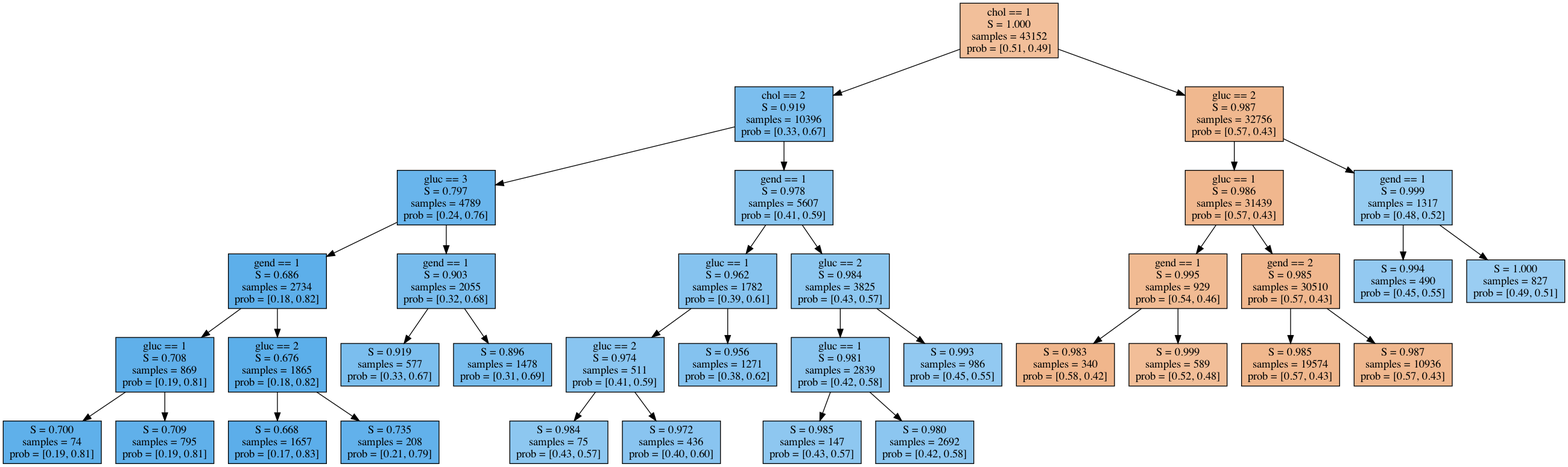
Earlier version of the Graphviz export lecture03/graph.png (spam-izra/ml2021l). Its source is kept beside it as lecture03/graph.dot.
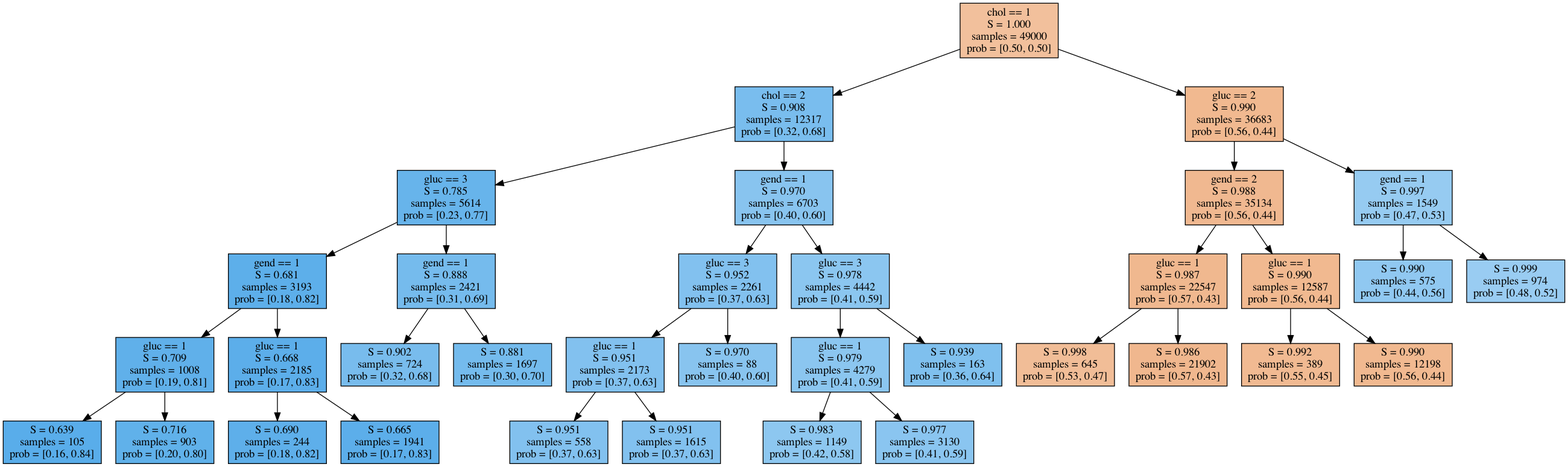
After the change.

What changed in the source:
```diff
@@ -1,73 +1,73 @@
 digraph Tree {
 	node [shape=box, style="filled", color="black"];
 
-root [label="chol == 1\nS = 1.000\nsamples = 43152\nprob = [0.51, 0.49]", fillcolor="#E5813982"];
+root [label="chol == 1\nS = 1.000\nsamples = 49000\nprob = [0.50, 0.50]", fillcolor="#E581397F"];
 
-rootf [label="chol == 2\nS = 0.919\nsamples = 10396\nprob = [0.33, 0.67]", fillcolor="#399DE5A9"];
+rootf [label="chol == 2\nS = 0.908\nsamples = 12317\nprob = [0.32, 0.68]", fillcolor="#399DE5AC"];
 root -> rootf;
-rootff [label="gluc == 3\nS = 0.797\nsamples = 4789\nprob = [0.24, 0.76]", fillcolor="#399DE5C1"];
+rootff [label="gluc == 3\nS = 0.785\nsamples = 5614\nprob = [0.23, 0.77]", fillcolor="#399DE5C3"];
 rootf -> rootff;
-rootfff [label="gend == 1\nS = 0.686\nsamples = 2734\nprob = [0.18, 0.82]", fillcolor="#399DE5D0"];
+rootfff [label="gend == 1\nS = 0.681\nsamples = 3193\nprob = [0.18, 0.82]", fillcolor="#399DE5D0"];
 rootff -> rootfff;
-rootffff [label="gluc == 1\nS = 0.708\nsamples = 869\nprob = [0.19, 0.81]", fillcolor="#399DE5CD"];
+rootffff [label="gluc == 1\nS = 0.709\nsamples = 1008\nprob = [0.19, 0.81]", fillcolor="#399DE5CD"];
 rootfff -> rootffff;
-rootfffff [label="S = 0.700\nsamples = 74\nprob = [0.19, 0.81]", fillcolor="#399DE5CE"];
+rootfffff [label="S = 0.639\nsamples = 105\nprob = [0.16, 0.84]", fillcolor="#399DE5D5"];
 rootffff -> rootfffff;
-rootfffft [label="S = 0.709\nsamples = 795\nprob = [0.19, 0.81]", fillcolor="#399DE5CD"];
+rootfffft [label="S = 0.716\nsamples = 903\nprob = [0.20, 0.80]", fillcolor="#399DE5CC"];
 rootffff -> rootfffft;
-rootffft [label="gluc == 2\nS = 0.676\nsamples = 1865\nprob = [0.18, 0.82]", fillcolor="#399DE5D1"];
+rootffft [label="gluc == 1\nS = 0.668\nsamples = 2185\nprob = [0.17, 0.83]", fillcolor="#399DE5D2"];
 rootfff -> rootffft;
-rootffftf [label="S = 0.668\nsamples = 1657\nprob = [0.17, 0.83]", fillcolor="#399DE5D2"];
+rootffftf [label="S = 0.690\nsamples = 244\nprob = [0.18, 0.82]", fillcolor="#399DE5CF"];
 rootffft -> rootffftf;
-rootffftt [label="S = 0.735\nsamples = 208\nprob = [0.21, 0.79]", fillcolor="#399DE5CA"];
+rootffftt [label="S = 0.665\nsamples = 1941\nprob = [0.17, 0.83]", fillcolor="#399DE5D2"];
 rootffft -> rootffftt;
-rootfft [label="gend == 1\nS = 0.903\nsamples = 2055\nprob = [0.32, 0.68]", fillcolor="#399DE5AD"];
+rootfft [label="gend == 1\nS = 0.888\nsamples = 2421\nprob = [0.31, 0.69]", fillcolor="#399DE5B1"];
 rootff -> rootfft;
-rootfftf [label="S = 0.919\nsamples = 577\nprob = [0.33, 0.67]", fillcolor="#399DE5A9"];
+rootfftf [label="S = 0.902\nsamples = 724\nprob = [0.32, 0.68]", fillcolor="#399DE5AD"];
 rootfft -> rootfftf;
-rootfftt [label="S = 0.896\nsamples = 1478\nprob = [0.31, 0.69]", fillcolor="#399DE5AF"];
+rootfftt [label="S = 0.881\nsamples = 1697\nprob = [0.30, 0.70]", fillcolor="#399DE5B2"];
 rootfft -> rootfftt;
-rootft [label="gend == 1\nS = 0.978\nsamples = 5607\nprob = [0.41, 0.59]", fillcolor="#399DE595"];
+rootft [label="gend == 1\nS = 0.970\nsamples = 6703\nprob = [0.40, 0.60]", fillcolor="#399DE599"];
 rootf -> rootft;
-rootftf [label="gluc == 1\nS = 0.962\nsamples = 1782\nprob = [0.39, 0.61]", fillcolor="#399DE59C"];
+rootftf [label="gluc == 3\nS = 0.952\nsamples = 2261\nprob = [0.37, 0.63]", fillcolor="#399DE5A0"];
 rootft -> rootftf;
-rootftff [label="gluc == 2\nS = 0.974\nsamples = 511\nprob = [0.41, 0.59]", fillcolor="#399DE597"];
+rootftff [label="gluc == 1\nS = 0.951\nsamples = 2173\nprob = [0.37, 0.63]", fillcolor="#399DE5A0"];
 rootftf -> rootftff;
-rootftfff [label="S = 0.984\nsamples = 75\nprob = [0.43, 0.57]", fillcolor="#399DE592"];
+rootftfff [label="S = 0.951\nsamples = 558\nprob = [0.37, 0.63]", fillcolor="#399DE5A0"];
 rootftff -> rootftfff;
-rootftfft [label="S = 0.972\nsamples = 436\nprob = [0.40, 0.60]", fillcolor="#399DE598"];
+rootftfft [label="S = 0.951\nsamples = 1615\nprob = [0.37, 0.63]", fillcolor="#399DE5A0"];
 rootftff -> rootftfft;
-rootftft [label="S = 0.956\nsamples = 1271\nprob = [0.38, 0.62]", fillcolor="#399DE59E"];
+rootftft [label="S = 0.970\nsamples = 88\nprob = [0.40, 0.60]", fillcolor="#399DE599"];
 rootftf -> rootftft;
-rootftt [label="gluc == 2\nS = 0.984\nsamples = 3825\nprob = [0.43, 0.57]", fillcolor="#399DE592"];
+rootftt [label="gluc == 3\nS = 0.978\nsamples = 4442\nprob = [0.41, 0.59]", fillcolor="#399DE595"];
 rootft -> rootftt;
-rootfttf [label="gluc == 1\nS = 0.981\nsamples = 2839\nprob = [0.42, 0.58]", fillcolor="#399DE594"];
+rootfttf [label="gluc == 1\nS = 0.979\nsamples = 4279\nprob = [0.41, 0.59]", fillcolor="#399DE595"];
 rootftt -> rootfttf;
-rootfttff [label="S = 0.985\nsamples = 147\nprob = [0.43, 0.57]", fillcolor="#399DE591"];
+rootfttff [label="S = 0.983\nsamples = 1149\nprob = [0.42, 0.58]", fillcolor="#399DE592"];
 rootfttf -> rootfttff;
-rootfttft [label="S = 0.980\nsamples = 2692\nprob = [0.42, 0.58]", fillcolor="#399DE594"];
+rootfttft [label="S = 0.977\nsamples = 3130\nprob = [0.41, 0.59]", fillcolor="#399DE596"];
 rootfttf -> rootfttft;
-rootfttt [label="S = 0.993\nsamples = 986\nprob = [0.45, 0.55]", fillcolor="#399DE58C"];
+rootfttt [label="S = 0.939\nsamples = 163\nprob = [0.36, 0.64]", fillcolor="#399DE5A4"];
 rootftt -> rootfttt;
-roott [label="gluc == 2\nS = 0.987\nsamples = 32756\nprob = [0.57, 0.43]", fillcolor="#E5813990"];
+roott [label="gluc == 2\nS = 0.990\nsamples = 36683\nprob = [0.56, 0.44]", fillcolor="#E581398E"];
 root -> roott;
-roottf [label="gluc == 1\nS = 0.986\nsamples = 31439\nprob = [0.57, 0.43]", fillcolor="#E5813991"];
+roottf [label="gend == 2\nS = 0.988\nsamples = 35134\nprob = [0.56, 0.44]", fillcolor="#E581398F"];
 roott -> roottf;
-roottff [label="gend == 1\nS = 0.995\nsamples = 929\nprob = [0.54, 0.46]", fillcolor="#E581398A"];
+roottff [label="gluc == 1\nS = 0.987\nsamples = 22547\nprob = [0.57, 0.43]", fillcolor="#E5813990"];
 roottf -> roottff;
-roottfff [label="S = 0.983\nsamples = 340\nprob = [0.58, 0.42]", fillcolor="#E5813993"];
+roottfff [label="S = 0.998\nsamples = 645\nprob = [0.53, 0.47]", fillcolor="#E5813986"];
 roottff -> roottfff;
-roottfft [label="S = 0.999\nsamples = 589\nprob = [0.52, 0.48]", fillcolor="#E5813984"];
+roottfft [label="S = 0.986\nsamples = 21902\nprob = [0.57, 0.43]", fillcolor="#E5813991"];
 roottff -> roottfft;
-roottft [label="gend == 2\nS = 0.985\nsamples = 30510\nprob = [0.57, 0.43]", fillcolor="#E5813991"];
+roottft [label="gluc == 1\nS = 0.990\nsamples = 12587\nprob = [0.56, 0.44]", fillcolor="#E581398E"];
 roottf -> roottft;
-roottftf [label="S = 0.985\nsamples = 19574\nprob = [0.57, 0.43]", fillcolor="#E5813992"];
+roottftf [label="S = 0.992\nsamples = 389\nprob = [0.55, 0.45]", fillcolor="#E581398C"];
 roottft -> roottftf;
-roottftt [label="S = 0.987\nsamples = 10936\nprob = [0.57, 0.43]", fillcolor="#E5813990"];
+roottftt [label="S = 0.990\nsamples = 12198\nprob = [0.56, 0.44]", fillcolor="#E581398E"];
 roottft -> roottftt;
-roottt [label="gend == 1\nS = 0.999\nsamples = 1317\nprob = [0.48, 0.52]", fillcolor="#399DE585"];
+roottt [label="gend == 1\nS = 0.997\nsamples = 1549\nprob = [0.47, 0.53]", fillcolor="#399DE587"];
 roott -> roottt;
-rootttf [label="S = 0.994\nsamples = 490\nprob = [0.45, 0.55]", fillcolor="#399DE58B"];
+rootttf [label="S = 0.990\nsamples = 575\nprob = [0.44, 0.56]", fillcolor="#399DE58E"];
 roottt -> rootttf;
-rootttt [label="S = 1.000\nsamples = 827\nprob = [0.49, 0.51]", fillcolor="#399DE581"];
+rootttt [label="S = 0.999\nsamples = 974\nprob = [0.48, 0.52]", fillcolor="#399DE583"];
 roottt -> rootttt;}
```
